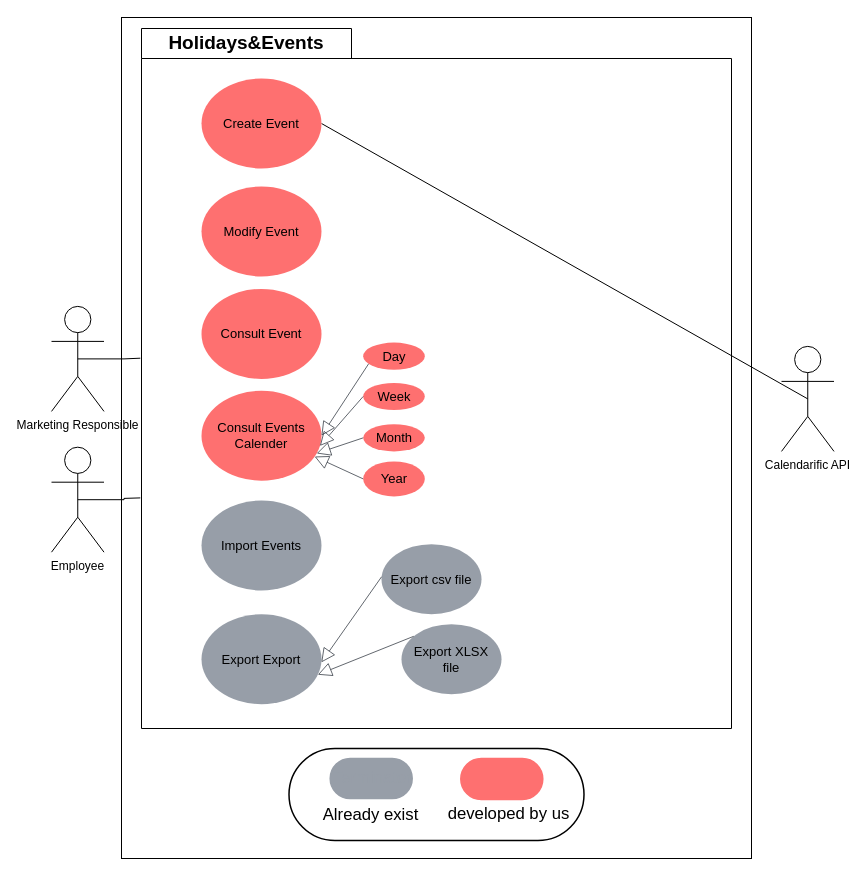
This is useCaseCalendar.drawio from oarouay/CV, a draw.io file, before an edit. Source tidied: cells renumbered, new cells numbered last; positions are measured from the earlier drawing's top-left corner, leaving out a move shared by most shapes. Both pictures are drawn from the tidied source at 100%, with x=0, y=0 at pixel (51, 17).
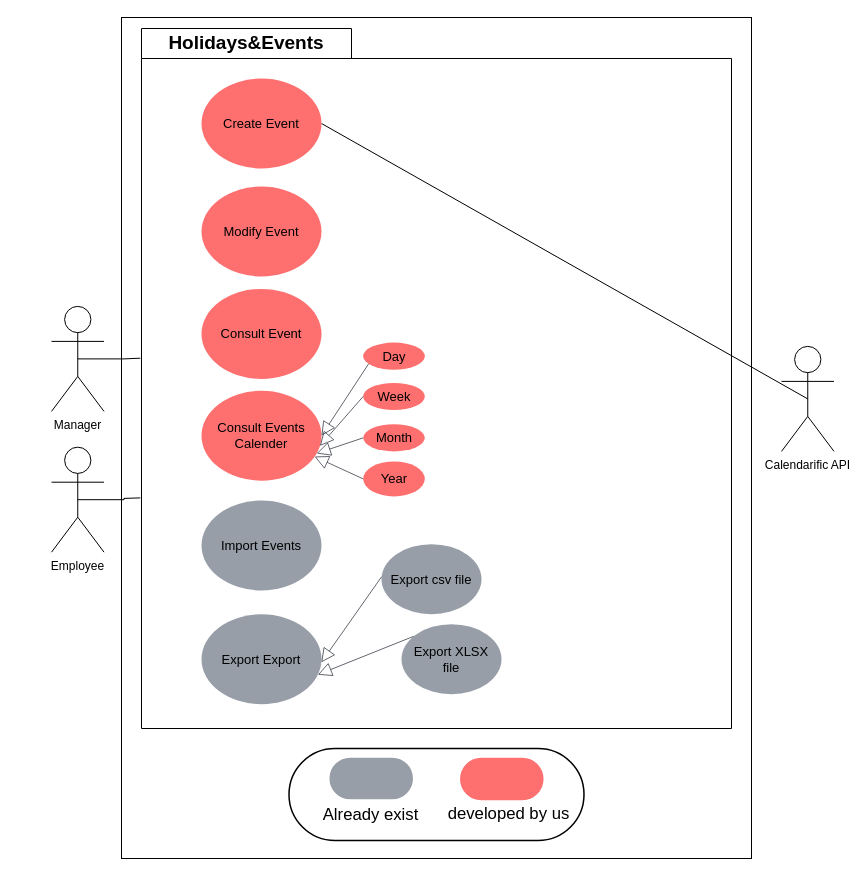
The same diagram, later.

The edit, as a diff of the source:
```diff
@@
-    <mxCell id="7" value="Marketing Responsible" style="shape=umlActor;verticalLabelPosition=bottom;verticalAlign=top;html=1;outlineConnect=0;" parent="1" vertex="1">
+    <mxCell id="7" value="Manager" style="shape=umlActor;verticalLabelPosition=bottom;verticalAlign=top;html=1;outlineConnect=0;" parent="1" vertex="1">
       <mxGeometry y="288.9" width="52.5" height="105" as="geometry" />
     </mxCell>
```
